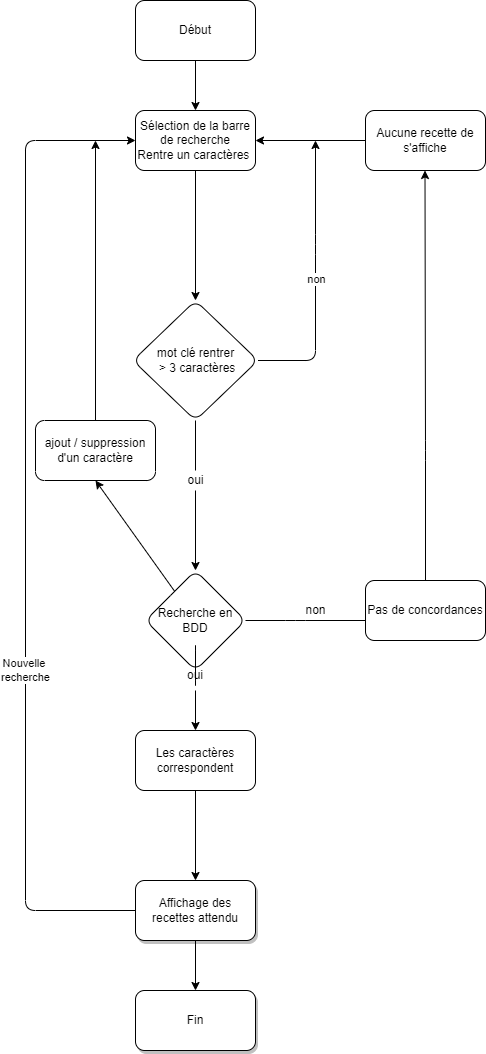
Before: public/docs/P07 Search BDD-Page-1.drawio.png, a diagram exported from draw.io (Yan-Coquoz/P07-front-end_search-engine). Source tidied: cells renumbered, new cells last; positions are measured from the earlier drawing's top-left corner, leaving out a move shared by most shapes.
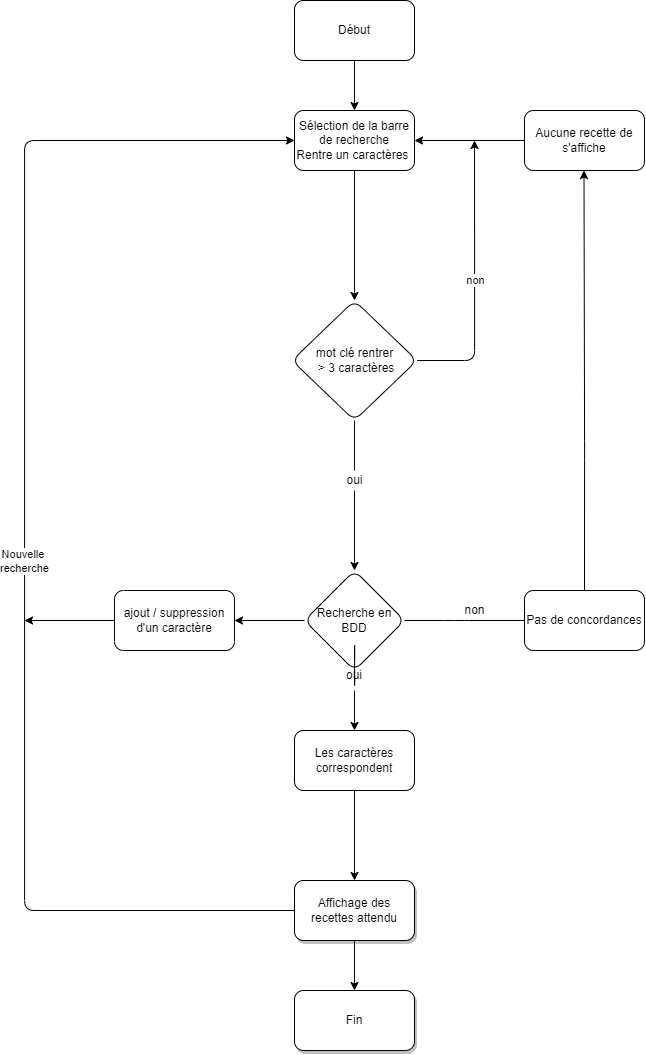
The same file after the commit.

What changed in the source:
```diff
@@ -17,7 +17,7 @@
     <mxCell id="6" style="edgeStyle=orthogonalEdgeStyle;jettySize=auto;html=1;startArrow=none;" parent="1" edge="1" source="23" target="10">
       <mxGeometry relative="1" as="geometry" />
     </mxCell>
-    <mxCell id="7" style="edgeStyle=none;html=1;entryX=1;entryY=0.5;entryDx=0;entryDy=0;" parent="1" edge="1" source="8" target="27">
+    <mxCell id="7" style="edgeStyle=none;html=1;entryX=0.5;entryY=0;entryDx=0;entryDy=0;" parent="1" edge="1" source="8" target="27">
       <mxGeometry relative="1" as="geometry" />
     </mxCell>
     <mxCell id="8" value="Recherche en BDD" style="rhombus;whiteSpace=wrap;html=1;rounded=1;" parent="1" vertex="1">
@@ -32,13 +32,15 @@
     <mxCell id="11" style="edgeStyle=orthogonalEdgeStyle;jettySize=auto;html=1;exitX=0;exitY=0.5;exitDx=0;exitDy=0;entryX=0;entryY=0.5;entryDx=0;entryDy=0;" parent="1" edge="1" source="14" target="5">
       <mxGeometry relative="1" as="geometry">
         <Array as="points">
-          <mxPoint y="910" />
-          <mxPoint y="140" />
+          <mxPoint x="-160" y="910" />
+          <mxPoint x="-160" y="140" />
         </Array>
       </mxGeometry>
     </mxCell>
     <mxCell id="12" value="Nouvelle &lt;br&gt;recherche" style="edgeLabel;html=1;align=center;verticalAlign=middle;" parent="11" vertex="1">
-      <mxGeometry x="-0.29" y="1" relative="1" as="geometry" />
+      <mxGeometry x="-0.29" y="1" relative="1" as="geometry">
+        <mxPoint y="-156" as="offset" />
+      </mxGeometry>
     </mxCell>
     <mxCell id="13" style="edgeStyle=orthogonalEdgeStyle;rounded=0;jettySize=auto;html=1;" parent="1" edge="1" source="14" target="25">
       <mxGeometry relative="1" as="geometry" />
@@ -55,7 +57,7 @@
       </mxGeometry>
     </mxCell>
     <mxCell id="16" value="Pas de concordances" style="whiteSpace=wrap;html=1;rounded=1;" parent="1" vertex="1">
-      <mxGeometry x="340" y="580" width="120" height="60" as="geometry" />
+      <mxGeometry x="340" y="590" width="120" height="60" as="geometry" />
     </mxCell>
     <mxCell id="17" style="edgeStyle=orthogonalEdgeStyle;jettySize=auto;html=1;exitX=0;exitY=0.5;exitDx=0;exitDy=0;" parent="1" edge="1" source="18" target="5">
       <mxGeometry relative="1" as="geometry" />
@@ -94,11 +96,11 @@
     </mxCell>
     <mxCell id="26" style="edgeStyle=none;html=1;" parent="1" edge="1" source="27">
       <mxGeometry relative="1" as="geometry">
-        <mxPoint x="70" y="140" as="targetPoint" />
+        <mxPoint x="-160" y="620" as="targetPoint" />
       </mxGeometry>
     </mxCell>
     <mxCell id="27" value="ajout / suppression d'un caractère" style="whiteSpace=wrap;html=1;rounded=1;direction=south;" parent="1" vertex="1">
-      <mxGeometry x="10" y="420" width="120" height="60" as="geometry" />
+      <mxGeometry x="-70" y="590" width="120" height="60" as="geometry" />
     </mxCell>
     <mxCell id="28" value="non" style="text;html=1;align=center;verticalAlign=middle;strokeColor=none;fillColor=none;rounded=1;" parent="1" vertex="1">
       <mxGeometry x="270" y="600" width="40" height="20" as="geometry" />
```
